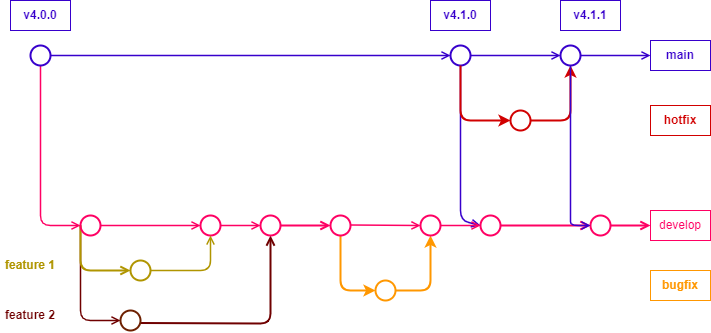
TriTa32/gitforteams keeps this draw.io diagram as gitflow.drawio.png. Above is the earlier version. Source tidied: cells renumbered, new cells last; positions are measured from the earlier drawing's top-left corner, leaving out a move shared by most shapes. Source of this version:
```xml
<mxGraphModel>
  <root>
    <mxCell id="0" />
    <mxCell id="1" parent="0" />
    <mxCell id="2" style="edgeStyle=orthogonalEdgeStyle;rounded=1;jettySize=auto;html=1;endArrow=open;endFill=0;fillColor=#d80073;strokeColor=#FF0063;strokeWidth=1.5;entryX=0;entryY=0.5;entryDx=0;entryDy=0;" parent="1" edge="1" source="3" target="9">
      <mxGeometry relative="1" as="geometry">
        <Array as="points">
          <mxPoint x="40" y="225" />
        </Array>
      </mxGeometry>
    </mxCell>
    <mxCell id="3" style="ellipse;whiteSpace=wrap;html=1;fillColor=none;fontColor=#ffffff;strokeColor=#3700CC;strokeWidth=2;" parent="1" vertex="1">
      <mxGeometry x="30" y="45" width="20" height="20" as="geometry" />
    </mxCell>
    <mxCell id="4" style="ellipse;whiteSpace=wrap;html=1;fillColor=none;fontColor=#ffffff;strokeColor=#3700CC;strokeWidth=2;" parent="1" vertex="1">
      <mxGeometry x="560" y="45" width="20" height="20" as="geometry" />
    </mxCell>
    <mxCell id="5" style="endArrow=open;html=1;rounded=0;exitX=1;exitY=0.5;exitDx=0;exitDy=0;endFill=0;fillColor=#6a00ff;strokeColor=#3700CC;strokeWidth=1.5;entryX=0;entryY=0.5;entryDx=0;entryDy=0;" parent="1" edge="1" source="31" target="4">
      <mxGeometry relative="1" as="geometry" />
    </mxCell>
    <mxCell id="6" style="edgeStyle=orthogonalEdgeStyle;rounded=0;jettySize=auto;html=1;endArrow=open;endFill=0;fillColor=#d80073;strokeColor=#FF0063;strokeWidth=1.5;" parent="1" edge="1" source="9" target="10">
      <mxGeometry relative="1" as="geometry" />
    </mxCell>
    <mxCell id="7" style="edgeStyle=orthogonalEdgeStyle;rounded=1;jettySize=auto;html=1;entryX=0;entryY=0.5;entryDx=0;entryDy=0;endArrow=open;endFill=0;fillColor=#a20025;strokeColor=#6F0000;strokeWidth=1.5;" parent="1" edge="1" source="9" target="14">
      <mxGeometry relative="1" as="geometry">
        <Array as="points">
          <mxPoint x="80" y="320" />
        </Array>
      </mxGeometry>
    </mxCell>
    <mxCell id="8" style="edgeStyle=orthogonalEdgeStyle;rounded=1;jettySize=auto;html=1;entryX=0;entryY=0.5;entryDx=0;entryDy=0;fillColor=#e3c800;strokeColor=#B09500;endArrow=open;endFill=0;strokeWidth=2;" parent="1" edge="1" source="9" target="12">
      <mxGeometry relative="1" as="geometry">
        <Array as="points">
          <mxPoint x="80" y="270" />
        </Array>
      </mxGeometry>
    </mxCell>
    <mxCell id="9" style="ellipse;whiteSpace=wrap;html=1;fillColor=none;fontColor=#ffffff;strokeColor=#FF0063;strokeWidth=2;" parent="1" vertex="1">
      <mxGeometry x="80" y="215" width="20" height="20" as="geometry" />
    </mxCell>
    <mxCell id="10" style="ellipse;whiteSpace=wrap;html=1;fillColor=none;fontColor=#ffffff;strokeColor=#FF0063;strokeWidth=2;" parent="1" vertex="1">
      <mxGeometry x="200" y="215" width="20" height="20" as="geometry" />
    </mxCell>
    <mxCell id="11" style="edgeStyle=orthogonalEdgeStyle;rounded=1;jettySize=auto;html=1;entryX=0.5;entryY=1;entryDx=0;entryDy=0;fillColor=#e3c800;strokeColor=#B09500;strokeWidth=1.5;endArrow=open;endFill=0;" parent="1" edge="1" source="12" target="10">
      <mxGeometry relative="1" as="geometry" />
    </mxCell>
    <mxCell id="12" style="ellipse;whiteSpace=wrap;html=1;fillColor=none;fontColor=#000000;strokeColor=#B09500;strokeWidth=2;" parent="1" vertex="1">
      <mxGeometry x="130" y="260" width="20" height="20" as="geometry" />
    </mxCell>
    <mxCell id="13" style="edgeStyle=orthogonalEdgeStyle;rounded=1;jettySize=auto;html=1;entryX=0.5;entryY=1;entryDx=0;entryDy=0;endArrow=open;endFill=0;strokeColor=#6F0000;strokeWidth=2;" parent="1" edge="1" target="45">
      <mxGeometry relative="1" as="geometry">
        <mxPoint x="140" y="322.5" as="sourcePoint" />
      </mxGeometry>
    </mxCell>
    <mxCell id="14" style="ellipse;whiteSpace=wrap;html=1;fillColor=none;fontColor=#ffffff;strokeColor=#6D1F00;strokeWidth=2;" parent="1" vertex="1">
      <mxGeometry x="120" y="310" width="20" height="20" as="geometry" />
    </mxCell>
    <mxCell id="15" value="feature 1" style="text;html=1;strokeColor=none;fillColor=none;align=center;verticalAlign=middle;whiteSpace=wrap;rounded=0;fontColor=#B09500;fontStyle=1;" parent="1" vertex="1">
      <mxGeometry y="250" width="60" height="30" as="geometry" />
    </mxCell>
    <mxCell id="16" value="develop" style="text;html=1;strokeColor=#FF0063;fillColor=none;align=center;verticalAlign=middle;whiteSpace=wrap;rounded=0;fontColor=#FF0063;" parent="1" vertex="1">
      <mxGeometry x="650" y="210" width="60" height="30" as="geometry" />
    </mxCell>
    <mxCell id="17" value="feature 2" style="text;html=1;strokeColor=none;fillColor=none;align=center;verticalAlign=middle;whiteSpace=wrap;rounded=0;fontStyle=1;fontColor=#6F0000;" parent="1" vertex="1">
      <mxGeometry y="300" width="60" height="30" as="geometry" />
    </mxCell>
    <mxCell id="18" style="edgeStyle=orthogonalEdgeStyle;rounded=1;jettySize=auto;html=1;fillColor=#f0a30a;strokeColor=#FF9700;strokeWidth=2;exitX=0.5;exitY=1;exitDx=0;exitDy=0;entryX=0;entryY=0.5;entryDx=0;entryDy=0;" parent="1" edge="1" target="19">
      <mxGeometry relative="1" as="geometry">
        <mxPoint x="340" y="235" as="sourcePoint" />
        <Array as="points">
          <mxPoint x="340" y="290" />
        </Array>
      </mxGeometry>
    </mxCell>
    <mxCell id="19" style="ellipse;whiteSpace=wrap;html=1;fillColor=none;fontColor=#ffffff;strokeColor=#FF9700;strokeWidth=2;" parent="1" vertex="1">
      <mxGeometry x="375" y="280" width="20" height="20" as="geometry" />
    </mxCell>
    <mxCell id="20" style="ellipse;whiteSpace=wrap;html=1;fillColor=none;fontColor=#ffffff;strokeColor=#FF0063;strokeWidth=2;" parent="1" vertex="1">
      <mxGeometry x="590" y="215" width="20" height="20" as="geometry" />
    </mxCell>
    <mxCell id="21" style="edgeStyle=orthogonalEdgeStyle;rounded=1;jettySize=auto;html=1;strokeColor=#FF0063;endArrow=open;endFill=0;strokeWidth=2;exitX=1;exitY=0.5;exitDx=0;exitDy=0;" parent="1" edge="1" source="45">
      <mxGeometry relative="1" as="geometry">
        <mxPoint x="330" y="225" as="targetPoint" />
      </mxGeometry>
    </mxCell>
    <mxCell id="22" style="edgeStyle=orthogonalEdgeStyle;rounded=1;jettySize=auto;html=1;strokeColor=#FF0063;endArrow=open;endFill=0;strokeWidth=2;exitX=1;exitY=0.5;exitDx=0;exitDy=0;entryX=0;entryY=0.5;entryDx=0;entryDy=0;" parent="1" edge="1" source="20" target="16">
      <mxGeometry relative="1" as="geometry" />
    </mxCell>
    <mxCell id="23" value="bugfix" style="text;html=1;strokeColor=#FF9700;fillColor=none;align=center;verticalAlign=middle;whiteSpace=wrap;rounded=0;fontColor=#FF9700;fontStyle=1;" parent="1" vertex="1">
      <mxGeometry x="650" y="270" width="60" height="30" as="geometry" />
    </mxCell>
    <mxCell id="24" value="main" style="text;html=1;strokeColor=#3700CC;fillColor=none;align=center;verticalAlign=middle;whiteSpace=wrap;rounded=0;fontColor=#3700CC;fontStyle=1;" parent="1" vertex="1">
      <mxGeometry x="650" y="40" width="60" height="30" as="geometry" />
    </mxCell>
    <mxCell id="25" style="endArrow=open;html=1;rounded=0;exitX=1;exitY=0.5;exitDx=0;exitDy=0;endFill=0;fillColor=#6a00ff;strokeColor=#3700CC;strokeWidth=1.5;" parent="1" edge="1" source="4" target="24">
      <mxGeometry relative="1" as="geometry" />
    </mxCell>
    <mxCell id="26" value="hotfix" style="text;html=1;strokeColor=#D10000;fillColor=none;align=center;verticalAlign=middle;whiteSpace=wrap;rounded=0;fontColor=#D10000;fontStyle=1;" parent="1" vertex="1">
      <mxGeometry x="650" y="105" width="60" height="30" as="geometry" />
    </mxCell>
    <mxCell id="27" style="edgeStyle=orthogonalEdgeStyle;rounded=1;jettySize=auto;html=1;fillColor=#f0a30a;strokeColor=#FF9700;strokeWidth=2;exitX=1;exitY=0.5;exitDx=0;exitDy=0;entryX=0.5;entryY=1;entryDx=0;entryDy=0;" parent="1" edge="1" source="19" target="38">
      <mxGeometry relative="1" as="geometry">
        <Array as="points">
          <mxPoint x="430" y="290" />
        </Array>
      </mxGeometry>
    </mxCell>
    <mxCell id="28" style="ellipse;whiteSpace=wrap;html=1;fillColor=none;fontColor=#ffffff;strokeColor=#FF0063;strokeWidth=2;" parent="1" vertex="1">
      <mxGeometry x="480" y="215" width="20" height="20" as="geometry" />
    </mxCell>
    <mxCell id="29" style="edgeStyle=orthogonalEdgeStyle;rounded=1;jettySize=auto;html=1;strokeColor=#FF0063;endArrow=open;endFill=0;strokeWidth=2;exitX=1;exitY=0.5;exitDx=0;exitDy=0;" parent="1" edge="1" source="28" target="20">
      <mxGeometry relative="1" as="geometry" />
    </mxCell>
    <mxCell id="30" style="endArrow=open;html=1;rounded=0;exitX=1;exitY=0.5;exitDx=0;exitDy=0;endFill=0;fillColor=#6a00ff;strokeColor=#3700CC;strokeWidth=1.5;" parent="1" edge="1" source="3" target="31">
      <mxGeometry relative="1" as="geometry" />
    </mxCell>
    <mxCell id="31" style="ellipse;whiteSpace=wrap;html=1;fillColor=none;fontColor=#ffffff;strokeColor=#3700CC;strokeWidth=2;" parent="1" vertex="1">
      <mxGeometry x="450" y="45" width="20" height="20" as="geometry" />
    </mxCell>
    <mxCell id="32" style="endArrow=open;html=1;rounded=1;exitX=0.5;exitY=1;exitDx=0;exitDy=0;endFill=0;fillColor=#6a00ff;strokeColor=#3700CC;strokeWidth=1.5;entryX=0;entryY=0.5;entryDx=0;entryDy=0;" parent="1" edge="1" source="31" target="28">
      <mxGeometry relative="1" as="geometry">
        <Array as="points">
          <mxPoint x="460" y="220" />
        </Array>
      </mxGeometry>
    </mxCell>
    <mxCell id="33" style="ellipse;whiteSpace=wrap;html=1;fillColor=none;fontColor=#ffffff;strokeColor=#D10000;strokeWidth=2;" parent="1" vertex="1">
      <mxGeometry x="510" y="110" width="20" height="20" as="geometry" />
    </mxCell>
    <mxCell id="34" style="edgeStyle=orthogonalEdgeStyle;rounded=1;jettySize=auto;html=1;entryX=0;entryY=0.5;entryDx=0;entryDy=0;fillColor=#f0a30a;strokeColor=#D10000;strokeWidth=2;exitX=0.5;exitY=1;exitDx=0;exitDy=0;" parent="1" edge="1" target="33">
      <mxGeometry relative="1" as="geometry">
        <mxPoint x="460" y="65" as="sourcePoint" />
        <Array as="points">
          <mxPoint x="460" y="120" />
        </Array>
      </mxGeometry>
    </mxCell>
    <mxCell id="35" style="edgeStyle=orthogonalEdgeStyle;rounded=1;jettySize=auto;html=1;entryX=0.5;entryY=1;entryDx=0;entryDy=0;fillColor=#f0a30a;strokeColor=#D10000;strokeWidth=2;exitX=1;exitY=0.5;exitDx=0;exitDy=0;" parent="1" edge="1" source="33" target="4">
      <mxGeometry relative="1" as="geometry">
        <Array as="points">
          <mxPoint x="570" y="120" />
        </Array>
      </mxGeometry>
    </mxCell>
    <mxCell id="36" style="endArrow=open;html=1;rounded=1;exitX=0.5;exitY=1;exitDx=0;exitDy=0;endFill=0;fillColor=#6a00ff;strokeColor=#3700CC;strokeWidth=1.5;entryX=0;entryY=0.5;entryDx=0;entryDy=0;" parent="1" edge="1" source="4" target="20">
      <mxGeometry relative="1" as="geometry">
        <Array as="points">
          <mxPoint x="570" y="210" />
          <mxPoint x="570" y="225" />
        </Array>
      </mxGeometry>
    </mxCell>
    <mxCell id="37" style="ellipse;whiteSpace=wrap;html=1;fillColor=none;fontColor=#ffffff;strokeColor=#FF0063;strokeWidth=2;" parent="1" vertex="1">
      <mxGeometry x="330" y="215" width="20" height="20" as="geometry" />
    </mxCell>
    <mxCell id="38" style="ellipse;whiteSpace=wrap;html=1;fillColor=none;fontColor=#ffffff;strokeColor=#FF0063;strokeWidth=2;" parent="1" vertex="1">
      <mxGeometry x="420" y="215" width="20" height="20" as="geometry" />
    </mxCell>
    <mxCell id="39" style="edgeStyle=orthogonalEdgeStyle;rounded=1;jettySize=auto;html=1;fillColor=#d80073;strokeColor=#FF0063;strokeWidth=1.5;endArrow=open;endFill=0;entryX=0;entryY=0.5;entryDx=0;entryDy=0;" parent="1" edge="1" target="38">
      <mxGeometry relative="1" as="geometry">
        <mxPoint x="350" y="224.5" as="sourcePoint" />
      </mxGeometry>
    </mxCell>
    <mxCell id="40" style="edgeStyle=orthogonalEdgeStyle;rounded=1;jettySize=auto;html=1;fillColor=#d80073;strokeColor=#FF0063;strokeWidth=1.5;endArrow=open;endFill=0;exitX=1;exitY=0.5;exitDx=0;exitDy=0;entryX=0;entryY=0.5;entryDx=0;entryDy=0;" parent="1" edge="1" source="38" target="28">
      <mxGeometry relative="1" as="geometry" />
    </mxCell>
    <mxCell id="41" value="v4.0.0" style="text;html=1;strokeColor=#3700CC;fillColor=none;align=center;verticalAlign=middle;whiteSpace=wrap;rounded=0;fontColor=#3700CC;fontStyle=1;" parent="1" vertex="1">
      <mxGeometry x="10" width="60" height="30" as="geometry" />
    </mxCell>
    <mxCell id="42" value="v4.1.0" style="text;html=1;strokeColor=#3700CC;fillColor=none;align=center;verticalAlign=middle;whiteSpace=wrap;rounded=0;fontColor=#3700CC;fontStyle=1;" parent="1" vertex="1">
      <mxGeometry x="430" width="60" height="30" as="geometry" />
    </mxCell>
    <mxCell id="43" value="v4.1.1" style="text;html=1;strokeColor=#3700CC;fillColor=none;align=center;verticalAlign=middle;whiteSpace=wrap;rounded=0;fontColor=#3700CC;fontStyle=1;" parent="1" vertex="1">
      <mxGeometry x="560" width="60" height="30" as="geometry" />
    </mxCell>
    <mxCell id="44" style="edgeStyle=orthogonalEdgeStyle;rounded=1;jettySize=auto;html=1;fillColor=#d80073;strokeColor=#FF0063;strokeWidth=1.5;endArrow=open;endFill=0;" parent="1" edge="1" source="10" target="45">
      <mxGeometry relative="1" as="geometry" />
    </mxCell>
    <mxCell id="45" style="ellipse;whiteSpace=wrap;html=1;fillColor=none;fontColor=#ffffff;strokeColor=#FF0063;strokeWidth=2;" parent="1" vertex="1">
      <mxGeometry x="260" y="215" width="20" height="20" as="geometry" />
    </mxCell>
  </root>
</mxGraphModel>
```
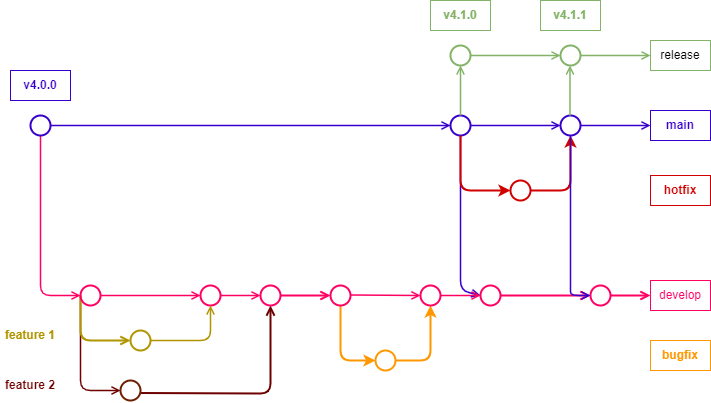
Later version of the same file.

The edit, as a diff of the source:
```diff
@@ -167,11 +167,11 @@
     <mxCell id="41" value="v4.0.0" style="text;html=1;strokeColor=#3700CC;fillColor=none;align=center;verticalAlign=middle;whiteSpace=wrap;rounded=0;fontColor=#3700CC;fontStyle=1;" parent="1" vertex="1">
       <mxGeometry x="10" width="60" height="30" as="geometry" />
     </mxCell>
-    <mxCell id="42" value="v4.1.0" style="text;html=1;strokeColor=#3700CC;fillColor=none;align=center;verticalAlign=middle;whiteSpace=wrap;rounded=0;fontColor=#3700CC;fontStyle=1;" parent="1" vertex="1">
-      <mxGeometry x="430" width="60" height="30" as="geometry" />
+    <mxCell id="42" value="v4.1.0" style="text;html=1;strokeColor=#82b366;fillColor=none;align=center;verticalAlign=middle;whiteSpace=wrap;rounded=0;fontStyle=1;fontColor=#82B366;" parent="1" vertex="1">
+      <mxGeometry x="430" y="-70" width="60" height="30" as="geometry" />
     </mxCell>
-    <mxCell id="43" value="v4.1.1" style="text;html=1;strokeColor=#3700CC;fillColor=none;align=center;verticalAlign=middle;whiteSpace=wrap;rounded=0;fontColor=#3700CC;fontStyle=1;" parent="1" vertex="1">
-      <mxGeometry x="560" width="60" height="30" as="geometry" />
+    <mxCell id="43" value="v4.1.1" style="text;html=1;strokeColor=#82b366;fillColor=none;align=center;verticalAlign=middle;whiteSpace=wrap;rounded=0;fontStyle=1;fontColor=#82B366;" parent="1" vertex="1">
+      <mxGeometry x="540" y="-70" width="60" height="30" as="geometry" />
     </mxCell>
     <mxCell id="44" style="edgeStyle=orthogonalEdgeStyle;rounded=1;jettySize=auto;html=1;fillColor=#d80073;strokeColor=#FF0063;strokeWidth=1.5;endArrow=open;endFill=0;" parent="1" edge="1" source="10" target="45">
       <mxGeometry relative="1" as="geometry" />
@@ -179,5 +179,29 @@
     <mxCell id="45" style="ellipse;whiteSpace=wrap;html=1;fillColor=none;fontColor=#ffffff;strokeColor=#FF0063;strokeWidth=2;" parent="1" vertex="1">
       <mxGeometry x="260" y="215" width="20" height="20" as="geometry" />
     </mxCell>
+    <mxCell id="46" value="release" style="text;html=1;strokeColor=#82b366;fillColor=none;align=center;verticalAlign=middle;whiteSpace=wrap;rounded=0;" parent="1" vertex="1">
+      <mxGeometry x="650" y="-30" width="60" height="30" as="geometry" />
+    </mxCell>
+    <mxCell id="47" style="ellipse;whiteSpace=wrap;html=1;fillColor=none;strokeColor=#82b366;strokeWidth=2;" parent="1" vertex="1">
+      <mxGeometry x="450" y="-25" width="20" height="20" as="geometry" />
+    </mxCell>
+    <mxCell id="48" style="edgeStyle=orthogonalEdgeStyle;rounded=1;jettySize=auto;html=1;fillColor=#d5e8d4;strokeColor=#82b366;strokeWidth=1.5;endArrow=open;endFill=0;exitX=0.5;exitY=0;exitDx=0;exitDy=0;entryX=0.5;entryY=1;entryDx=0;entryDy=0;" parent="1" edge="1" source="31" target="47">
+      <mxGeometry relative="1" as="geometry" />
+    </mxCell>
+    <mxCell id="49" style="ellipse;whiteSpace=wrap;html=1;fillColor=none;strokeColor=#82b366;strokeWidth=2;" parent="1" vertex="1">
+      <mxGeometry x="560" y="-25" width="20" height="20" as="geometry" />
+    </mxCell>
+    <mxCell id="50" style="edgeStyle=orthogonalEdgeStyle;rounded=1;orthogonalLoop=1;jettySize=auto;html=1;fillColor=#d5e8d4;strokeColor=#82b366;strokeWidth=1.5;endArrow=open;endFill=0;exitX=0.5;exitY=0;exitDx=0;exitDy=0;entryX=0.5;entryY=1;entryDx=0;entryDy=0;" parent="1" edge="1">
+      <mxGeometry relative="1" as="geometry">
+        <mxPoint x="569.5" y="45" as="sourcePoint" />
+        <mxPoint x="569.5" y="-5" as="targetPoint" />
+      </mxGeometry>
+    </mxCell>
+    <mxCell id="51" style="edgeStyle=orthogonalEdgeStyle;rounded=1;jettySize=auto;html=1;fillColor=#d5e8d4;strokeColor=#82b366;strokeWidth=1.5;endArrow=open;endFill=0;exitX=1;exitY=0.5;exitDx=0;exitDy=0;entryX=0;entryY=0.5;entryDx=0;entryDy=0;" parent="1" edge="1" source="47" target="49">
+      <mxGeometry relative="1" as="geometry" />
+    </mxCell>
+    <mxCell id="52" style="edgeStyle=orthogonalEdgeStyle;rounded=1;jettySize=auto;html=1;fillColor=#d5e8d4;strokeColor=#82b366;strokeWidth=1.5;endArrow=open;endFill=0;exitX=1;exitY=0.5;exitDx=0;exitDy=0;entryX=0;entryY=0.5;entryDx=0;entryDy=0;" parent="1" edge="1" source="49" target="46">
+      <mxGeometry relative="1" as="geometry" />
+    </mxCell>
   </root>
 </mxGraphModel>
```
